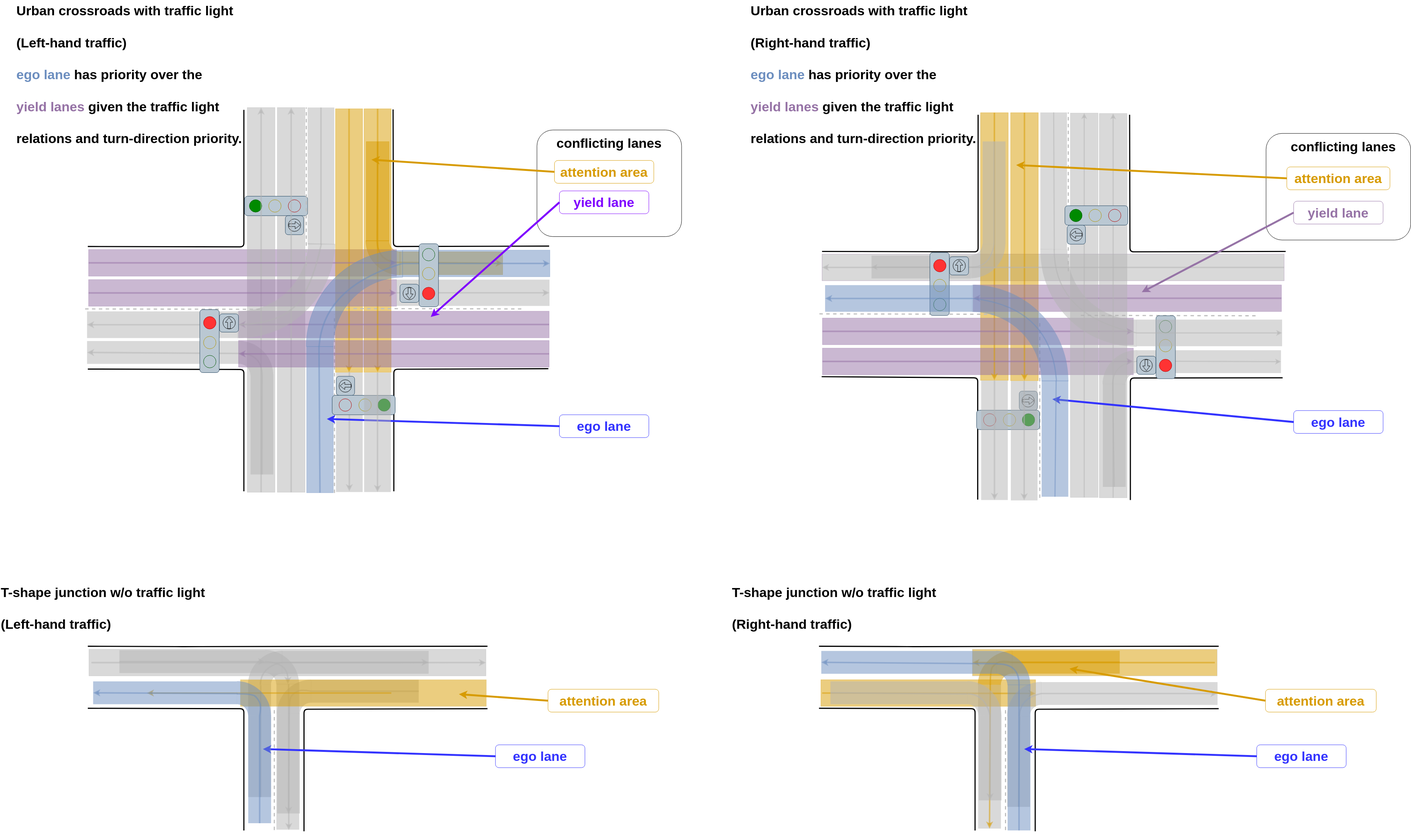
The draw.io diagram pr-5192/planning/behavior_velocity_intersection_module/docs/intersection-attention.drawio.svg in zusizusi/autoware.universe, before a commit. Source tidied: cells renumbered, new cells last; positions are measured from the earlier drawing's top-left corner, leaving out a move shared by most shapes.
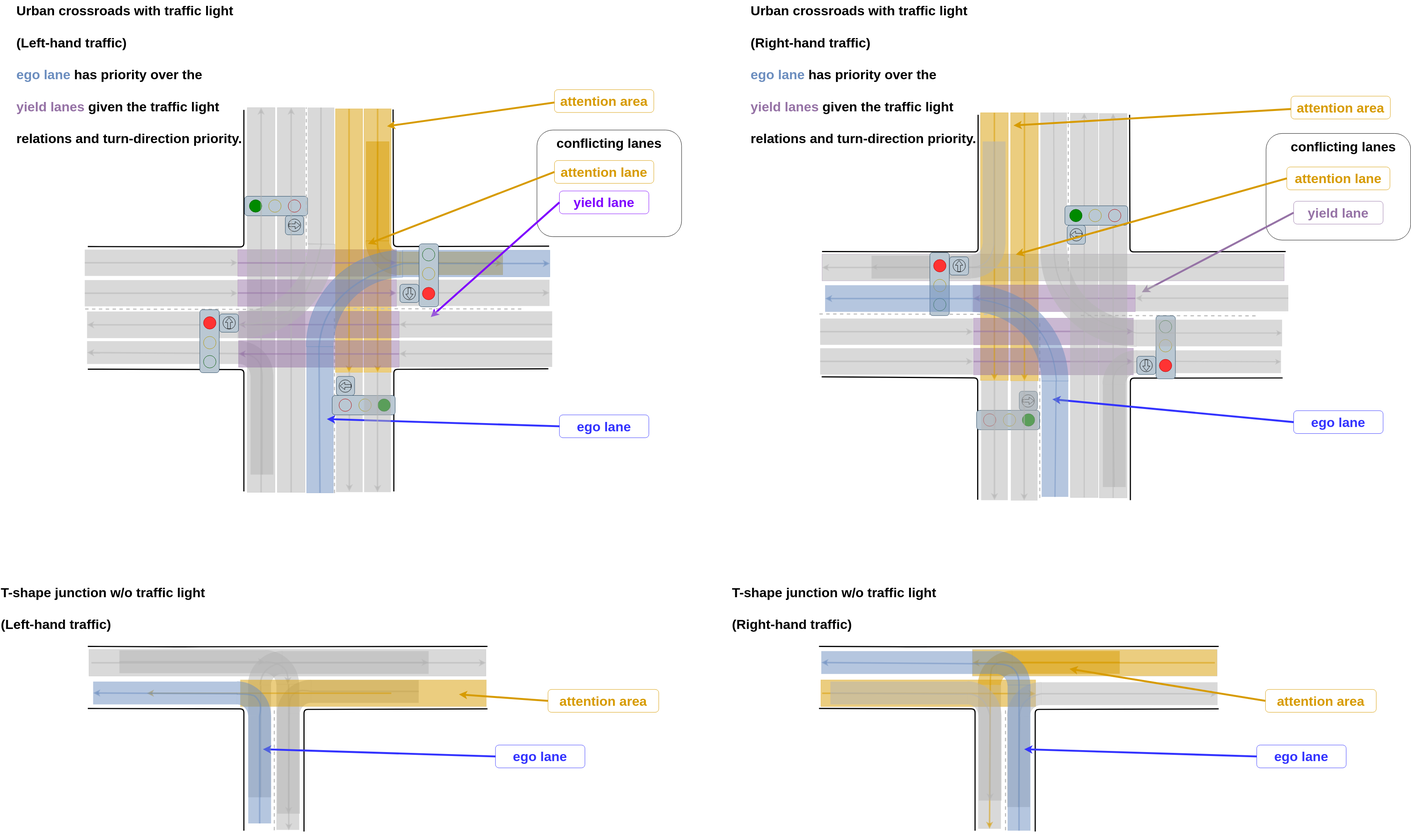
The same diagram one commit later.

Change to the diagram source:
```diff
@@ -113,7 +113,7 @@
       </mxGeometry>
     </mxCell>
     <mxCell id="30" style="rounded=0;whiteSpace=wrap;html=1;fillColor=#9673A6;rotation=-180;strokeColor=#9673a6;opacity=50;" parent="1" vertex="1">
-      <mxGeometry x="232" y="655" width="809" height="69.9" as="geometry" />
+      <mxGeometry x="624" y="655" width="417" height="69.9" as="geometry" />
     </mxCell>
     <mxCell id="31" style="rounded=0;whiteSpace=wrap;html=1;fillColor=#D79B00;strokeColor=#d79b00;rotation=90;opacity=50;" parent="1" vertex="1">
       <mxGeometry x="645.3" y="595.7" width="692" height="71.2" as="geometry" />
@@ -186,7 +186,7 @@
       </mxGeometry>
     </mxCell>
     <mxCell id="42" style="rounded=0;whiteSpace=wrap;html=1;fillColor=#9673A6;rotation=-180;strokeColor=#9673a6;opacity=50;" parent="1" vertex="1">
-      <mxGeometry x="626" y="817" width="816" height="69.9" as="geometry" />
+      <mxGeometry x="626" y="817" width="422" height="69.9" as="geometry" />
     </mxCell>
     <mxCell id="43" style="group;" parent="1" vertex="1">
       <mxGeometry x="642" y="515" width="165.6" height="101" as="geometry" />
@@ -280,10 +280,10 @@
       </mxGeometry>
     </mxCell>
     <mxCell id="67" style="rounded=0;whiteSpace=wrap;html=1;fillColor=#9673A6;rotation=-180;strokeColor=#9673a6;opacity=50;" parent="1" vertex="1">
-      <mxGeometry x="232" y="734" width="809" height="69.9" as="geometry" />
+      <mxGeometry x="624" y="734" width="417" height="69.9" as="geometry" />
     </mxCell>
     <mxCell id="68" style="rounded=0;whiteSpace=wrap;html=1;fillColor=#9673A6;rotation=-180;strokeColor=#9673a6;opacity=50;" parent="1" vertex="1">
-      <mxGeometry x="626" y="894" width="816" height="69.9" as="geometry" />
+      <mxGeometry x="626" y="894" width="422" height="69.9" as="geometry" />
     </mxCell>
     <mxCell id="69" style="endArrow=classic;html=1;rounded=0;strokeColor=#9673A6;strokeWidth=4;opacity=50;exitX=0;exitY=0.5;exitDx=0;exitDy=0;entryX=1;entryY=0.5;entryDx=0;entryDy=0;" parent="1" edge="1" source="68" target="68">
       <mxGeometry relative="1" as="geometry" />
@@ -388,7 +388,7 @@
       </mxGeometry>
     </mxCell>
     <mxCell id="89" style="rounded=0;whiteSpace=wrap;html=1;fillColor=#9673A6;rotation=-180;strokeColor=#9673a6;opacity=50;direction=west;" parent="1" vertex="1">
-      <mxGeometry x="2160" y="914" width="817" height="69.9" as="geometry" />
+      <mxGeometry x="2557" y="914" width="420" height="69.9" as="geometry" />
     </mxCell>
     <mxCell id="90" style="endArrow=classic;html=1;rounded=0;strokeColor=#D79B00;strokeWidth=4;opacity=50;exitX=1;exitY=0.5;exitDx=0;exitDy=0;entryX=0;entryY=0.5;entryDx=0;entryDy=0;" parent="1" edge="1" source="86" target="86">
       <mxGeometry relative="1" as="geometry" />
@@ -415,10 +415,10 @@
       </mxGeometry>
     </mxCell>
     <mxCell id="96" style="rounded=0;whiteSpace=wrap;html=1;fillColor=#9673A6;rotation=-180;strokeColor=#9673a6;opacity=50;direction=west;" parent="1" vertex="1">
-      <mxGeometry x="2556" y="748" width="810" height="69.9" as="geometry" />
+      <mxGeometry x="2556" y="748" width="426" height="69.9" as="geometry" />
     </mxCell>
     <mxCell id="97" style="rounded=0;whiteSpace=wrap;html=1;fillColor=#9673A6;rotation=-180;strokeColor=#9673a6;opacity=50;direction=west;" parent="1" vertex="1">
-      <mxGeometry x="2160" y="835" width="817" height="69.9" as="geometry" />
+      <mxGeometry x="2557" y="835" width="420" height="69.9" as="geometry" />
     </mxCell>
     <mxCell id="98" style="endArrow=classic;html=1;rounded=0;strokeColor=#9673A6;strokeWidth=4;opacity=50;exitX=0;exitY=0.5;exitDx=0;exitDy=0;entryX=1;entryY=0.5;entryDx=0;entryDy=0;" parent="1" edge="1" source="97" target="97">
       <mxGeometry relative="1" as="geometry" />
@@ -577,12 +577,12 @@
         <mxPoint x="1131" y="832" as="targetPoint" />
       </mxGeometry>
     </mxCell>
-    <mxCell id="143" value="&lt;b style=&quot;&quot;&gt;attention area&lt;/b&gt;" style="rounded=1;whiteSpace=wrap;html=1;labelBackgroundColor=#FFFFFF;strokeColor=#D79B00;fontSize=35;fontColor=#D79B00;fillColor=none;" parent="1" vertex="1">
+    <mxCell id="143" value="&lt;b style=&quot;&quot;&gt;attention lane&lt;/b&gt;" style="rounded=1;whiteSpace=wrap;html=1;labelBackgroundColor=#FFFFFF;strokeColor=#D79B00;fontSize=35;fontColor=#D79B00;fillColor=none;" parent="1" vertex="1">
       <mxGeometry x="1456" y="421" width="261" height="60" as="geometry" />
     </mxCell>
     <mxCell id="144" style="endArrow=classic;html=1;rounded=0;strokeColor=#D79B00;strokeWidth=5;fontSize=35;fontColor=#D79B00;exitX=0;exitY=0.5;exitDx=0;exitDy=0;" parent="1" edge="1" source="143">
       <mxGeometry relative="1" as="geometry">
-        <mxPoint x="975" y="419" as="targetPoint" />
+        <mxPoint x="966" y="640" as="targetPoint" />
       </mxGeometry>
     </mxCell>
     <mxCell id="145" value="&lt;font color=&quot;#000000&quot;&gt;&lt;b&gt;conflicting lanes&lt;/b&gt;&lt;/font&gt;" style="text;html=1;strokeColor=none;fillColor=none;align=center;verticalAlign=middle;whiteSpace=wrap;rounded=0;labelBackgroundColor=none;fontSize=35;fontColor=#D79B00;" parent="1" vertex="1">
@@ -805,7 +805,7 @@
     <mxCell id="210" value="&lt;b style=&quot;&quot;&gt;&lt;font color=&quot;#9673a6&quot;&gt;yield lane&lt;/font&gt;&lt;/b&gt;" style="rounded=1;whiteSpace=wrap;html=1;labelBackgroundColor=#FFFFFF;strokeColor=#9673A6;fontSize=35;fontColor=#D79B00;fillColor=none;" parent="1" vertex="1">
       <mxGeometry x="3398" y="528" width="235" height="60" as="geometry" />
     </mxCell>
-    <mxCell id="211" value="&lt;b style=&quot;&quot;&gt;attention area&lt;/b&gt;" style="rounded=1;whiteSpace=wrap;html=1;labelBackgroundColor=#FFFFFF;strokeColor=#D79B00;fontSize=35;fontColor=#D79B00;fillColor=none;" parent="1" vertex="1">
+    <mxCell id="211" value="&lt;b style=&quot;&quot;&gt;attention lane&lt;/b&gt;" style="rounded=1;whiteSpace=wrap;html=1;labelBackgroundColor=#FFFFFF;strokeColor=#D79B00;fontSize=35;fontColor=#D79B00;fillColor=none;" parent="1" vertex="1">
       <mxGeometry x="3380" y="438" width="271" height="60" as="geometry" />
     </mxCell>
     <mxCell id="212" style="endArrow=classic;html=1;rounded=0;strokeColor=#3333FF;fontSize=35;fontColor=#3333FF;exitX=0;exitY=0.5;exitDx=0;exitDy=0;strokeWidth=5;" parent="1" edge="1" source="208">
@@ -820,7 +820,7 @@
     </mxCell>
     <mxCell id="214" style="endArrow=classic;html=1;rounded=0;strokeColor=#D79B00;strokeWidth=5;fontSize=35;fontColor=#D79B00;exitX=0;exitY=0.5;exitDx=0;exitDy=0;" parent="1" edge="1" source="211">
       <mxGeometry relative="1" as="geometry">
-        <mxPoint x="2669" y="433" as="targetPoint" />
+        <mxPoint x="2668" y="668" as="targetPoint" />
       </mxGeometry>
     </mxCell>
     <mxCell id="215" style="group;" parent="1" vertex="1">
@@ -1155,5 +1155,63 @@
     <mxCell id="292" style="endArrow=classic;html=1;rounded=0;strokeColor=#B3B3B3;strokeWidth=4;opacity=50;entryX=1;entryY=0.5;entryDx=0;entryDy=0;exitX=0;exitY=0.5;exitDx=0;exitDy=0;endFill=1;" parent="1" edge="1" source="291" target="291">
       <mxGeometry relative="1" as="geometry" />
     </mxCell>
+    <mxCell id="293" style="rounded=0;whiteSpace=wrap;html=1;fillColor=#B3B3B3;rotation=-180;strokeColor=none;opacity=50;gradientColor=none;" parent="1" vertex="1">
+      <mxGeometry x="222" y="655" width="402" height="69.1" as="geometry" />
+    </mxCell>
+    <mxCell id="294" style="endArrow=classic;html=1;rounded=0;strokeColor=#B3B3B3;strokeWidth=4;opacity=50;entryX=0;entryY=0.5;entryDx=0;entryDy=0;exitX=1;exitY=0.5;exitDx=0;exitDy=0;endFill=1;" parent="1" edge="1" source="293" target="293">
+      <mxGeometry relative="1" as="geometry" />
+    </mxCell>
+    <mxCell id="295" style="rounded=0;whiteSpace=wrap;html=1;fillColor=#B3B3B3;rotation=-180;strokeColor=none;opacity=50;gradientColor=none;" parent="1" vertex="1">
+      <mxGeometry x="222" y="735" width="402" height="69.1" as="geometry" />
+    </mxCell>
+    <mxCell id="296" style="endArrow=classic;html=1;rounded=0;strokeColor=#B3B3B3;strokeWidth=4;opacity=50;entryX=0;entryY=0.5;entryDx=0;entryDy=0;exitX=1;exitY=0.5;exitDx=0;exitDy=0;endFill=1;" parent="1" edge="1" source="295" target="295">
+      <mxGeometry relative="1" as="geometry" />
+    </mxCell>
+    <mxCell id="297" style="rounded=0;whiteSpace=wrap;html=1;fillColor=#B3B3B3;rotation=-180;strokeColor=none;opacity=50;gradientColor=none;direction=west;" parent="1" vertex="1">
+      <mxGeometry x="1048" y="817" width="402" height="69.1" as="geometry" />
+    </mxCell>
+    <mxCell id="298" style="endArrow=classic;html=1;rounded=0;strokeColor=#B3B3B3;strokeWidth=4;opacity=50;entryX=0;entryY=0.5;entryDx=0;entryDy=0;exitX=1;exitY=0.5;exitDx=0;exitDy=0;endFill=1;" parent="1" edge="1" source="297" target="297">
+      <mxGeometry relative="1" as="geometry" />
+    </mxCell>
+    <mxCell id="299" style="rounded=0;whiteSpace=wrap;html=1;fillColor=#B3B3B3;rotation=-180;strokeColor=none;opacity=50;gradientColor=none;direction=west;" parent="1" vertex="1">
+      <mxGeometry x="1048" y="894" width="402" height="69.1" as="geometry" />
+    </mxCell>
+    <mxCell id="300" style="endArrow=classic;html=1;rounded=0;strokeColor=#B3B3B3;strokeWidth=4;opacity=50;entryX=0;entryY=0.5;entryDx=0;entryDy=0;exitX=1;exitY=0.5;exitDx=0;exitDy=0;endFill=1;" parent="1" edge="1" source="299" target="299">
+      <mxGeometry relative="1" as="geometry" />
+    </mxCell>
+    <mxCell id="301" style="rounded=0;whiteSpace=wrap;html=1;fillColor=#B3B3B3;rotation=-180;strokeColor=none;opacity=50;gradientColor=none;direction=west;" parent="1" vertex="1">
+      <mxGeometry x="2982" y="748" width="402" height="69.1" as="geometry" />
+    </mxCell>
+    <mxCell id="302" style="endArrow=classic;html=1;rounded=0;strokeColor=#B3B3B3;strokeWidth=4;opacity=50;entryX=0;entryY=0.5;entryDx=0;entryDy=0;exitX=1;exitY=0.5;exitDx=0;exitDy=0;endFill=1;" parent="1" edge="1" source="301" target="301">
+      <mxGeometry relative="1" as="geometry" />
+    </mxCell>
+    <mxCell id="303" style="rounded=0;whiteSpace=wrap;html=1;fillColor=#B3B3B3;rotation=-180;strokeColor=none;opacity=50;gradientColor=none;direction=east;" parent="1" vertex="1">
+      <mxGeometry x="2154" y="836" width="402" height="69.1" as="geometry" />
+    </mxCell>
+    <mxCell id="304" style="endArrow=classic;html=1;rounded=0;strokeColor=#B3B3B3;strokeWidth=4;opacity=50;entryX=0;entryY=0.5;entryDx=0;entryDy=0;exitX=1;exitY=0.5;exitDx=0;exitDy=0;endFill=1;" parent="1" edge="1" source="303" target="303">
+      <mxGeometry relative="1" as="geometry" />
+    </mxCell>
+    <mxCell id="305" style="rounded=0;whiteSpace=wrap;html=1;fillColor=#B3B3B3;rotation=-180;strokeColor=none;opacity=50;gradientColor=none;direction=east;" parent="1" vertex="1">
+      <mxGeometry x="2154" y="914" width="402" height="69.1" as="geometry" />
+    </mxCell>
+    <mxCell id="306" style="endArrow=classic;html=1;rounded=0;strokeColor=#B3B3B3;strokeWidth=4;opacity=50;entryX=0;entryY=0.5;entryDx=0;entryDy=0;exitX=1;exitY=0.5;exitDx=0;exitDy=0;endFill=1;" parent="1" edge="1" source="305" target="305">
+      <mxGeometry relative="1" as="geometry" />
+    </mxCell>
+    <mxCell id="307" value="&lt;b style=&quot;&quot;&gt;attention area&lt;/b&gt;" style="rounded=1;whiteSpace=wrap;html=1;labelBackgroundColor=#FFFFFF;strokeColor=#D79B00;fontSize=35;fontColor=#D79B00;fillColor=none;" parent="1" vertex="1">
+      <mxGeometry x="1456" y="234.9" width="261" height="60" as="geometry" />
+    </mxCell>
+    <mxCell id="308" style="endArrow=classic;html=1;rounded=0;strokeColor=#D79B00;strokeWidth=5;fontSize=35;fontColor=#D79B00;exitX=0;exitY=0.563;exitDx=0;exitDy=0;exitPerimeter=0;" parent="1" edge="1" source="307">
+      <mxGeometry relative="1" as="geometry">
+        <mxPoint x="1016" y="331" as="targetPoint" />
+      </mxGeometry>
+    </mxCell>
+    <mxCell id="309" value="&lt;b style=&quot;&quot;&gt;attention area&lt;/b&gt;" style="rounded=1;whiteSpace=wrap;html=1;labelBackgroundColor=#FFFFFF;strokeColor=#D79B00;fontSize=35;fontColor=#D79B00;fillColor=none;" parent="1" vertex="1">
+      <mxGeometry x="3391" y="252" width="261" height="60" as="geometry" />
+    </mxCell>
+    <mxCell id="310" style="endArrow=classic;html=1;rounded=0;strokeColor=#D79B00;strokeWidth=5;fontSize=35;fontColor=#D79B00;exitX=0;exitY=0.563;exitDx=0;exitDy=0;exitPerimeter=0;" parent="1" edge="1" source="309">
+      <mxGeometry relative="1" as="geometry">
+        <mxPoint x="2662" y="329" as="targetPoint" />
+      </mxGeometry>
+    </mxCell>
   </root>
 </mxGraphModel>
```
